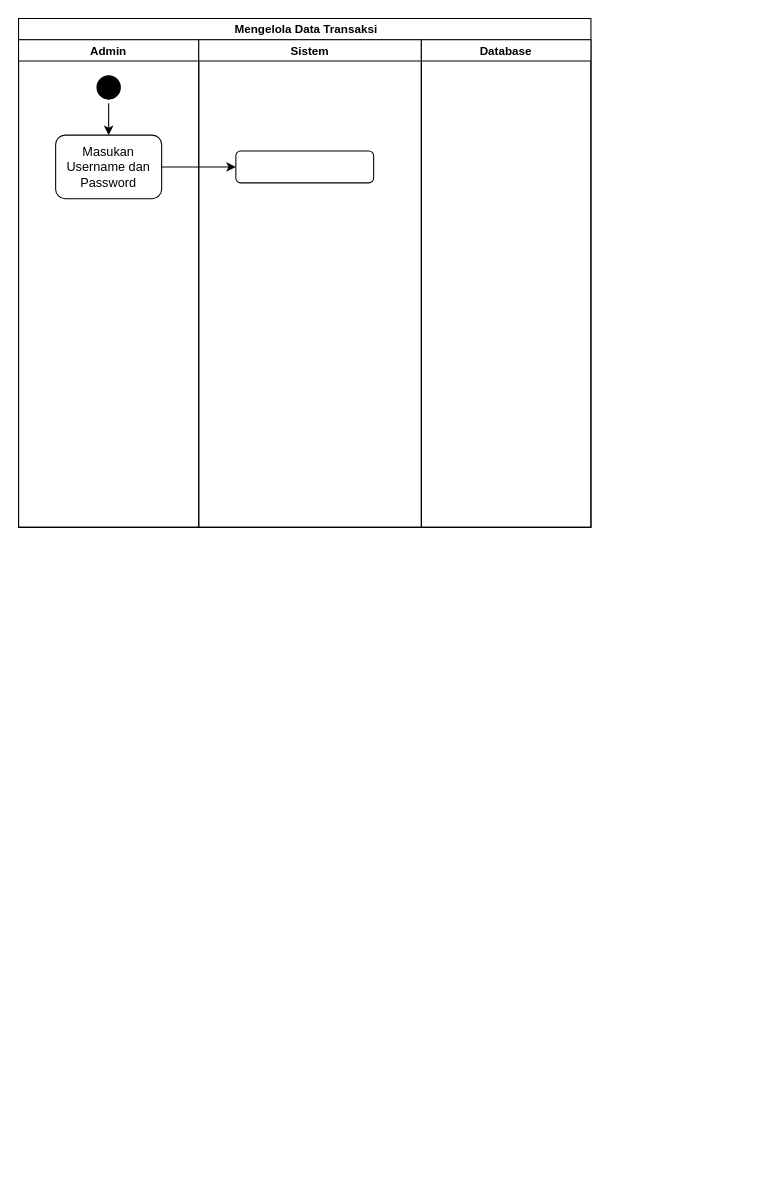
Before: page "Mengelola Data Transaksi" (8 of 11) of Untitled Diagram.drawio in WildanMaulana17/admin.cafe17purwokerto, a draw.io diagram. Source tidied: cells renumbered, new cells numbered last; positions are measured from the earlier drawing's top-left corner, leaving out a move shared by most shapes. Both pictures are drawn from the tidied source at 106%, with x=0, y=0 at pixel (18, 18).
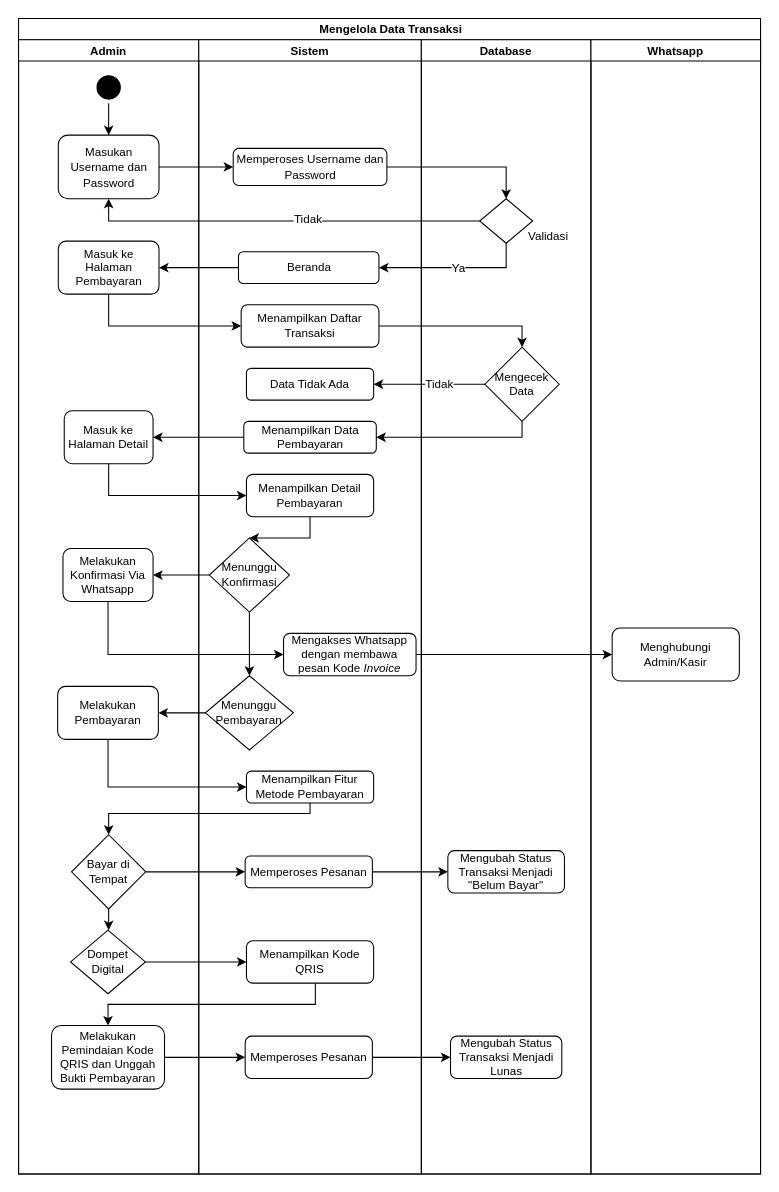
Above is the later version.

What changed in the source:
```diff
@@
     <mxCell id="2" value=" Mengelola Data Transaksi" style="swimlane;startSize=20;fontSize=11;strokeColor=#000000;" parent="1" vertex="1">
-      <mxGeometry width="540" height="480" as="geometry" />
+      <mxGeometry width="700" height="1090" as="geometry" />
     </mxCell>
     <mxCell id="3" value="Admin" style="swimlane;startSize=20;fontSize=11;strokeColor=#000000;" parent="2" vertex="1">
-      <mxGeometry y="20" width="170" height="460" as="geometry" />
+      <mxGeometry y="20" width="170" height="1070" as="geometry" />
     </mxCell>
@@
-    <mxCell id="6" value="Masukan Username dan Password" style="rounded=1;whiteSpace=wrap;html=1;strokeColor=#000000;" parent="3" vertex="1">
-      <mxGeometry x="35" y="90" width="100" height="60" as="geometry" />
+    <mxCell id="6" value="&lt;font style=&quot;font-size: 11px&quot;&gt;Masukan Username dan Password&lt;/font&gt;" style="rounded=1;whiteSpace=wrap;html=1;strokeColor=#000000;" parent="3" vertex="1">
+      <mxGeometry x="37.5" y="90" width="95" height="60" as="geometry" />
     </mxCell>
+    <mxCell id="11" value="Masuk ke Halaman Pembayaran" style="rounded=1;whiteSpace=wrap;html=1;fontSize=11;strokeColor=#000000;" parent="3" vertex="1">
+      <mxGeometry x="37.5" y="190" width="95" height="50" as="geometry" />
+    </mxCell>
+    <mxCell id="12" value="Masuk ke Halaman Detail" style="rounded=1;whiteSpace=wrap;html=1;fontSize=11;strokeColor=#000000;" parent="3" vertex="1">
+      <mxGeometry x="43.1" y="350" width="83.8" height="50" as="geometry" />
+    </mxCell>
+    <mxCell id="13" value="Melakukan Konfirmasi Via Whatsapp" style="rounded=1;whiteSpace=wrap;html=1;fontSize=11;strokeColor=#000000;" parent="3" vertex="1">
+      <mxGeometry x="41.9" y="480" width="85" height="50" as="geometry" />
+    </mxCell>
+    <mxCell id="14" value="Melakukan Pembayaran" style="rounded=1;whiteSpace=wrap;html=1;fontSize=11;strokeColor=#000000;" parent="3" vertex="1">
+      <mxGeometry x="36.9" y="610" width="95" height="50" as="geometry" />
+    </mxCell>
+    <mxCell id="15" style="edgeStyle=orthogonalEdgeStyle;rounded=0;jettySize=auto;html=1;entryX=0.5;entryY=0;entryDx=0;entryDy=0;fontSize=11;strokeColor=#000000;" parent="3" edge="1" source="16" target="17">
+      <mxGeometry relative="1" as="geometry" />
+    </mxCell>
+    <mxCell id="16" value="Bayar di Tempat" style="rhombus;whiteSpace=wrap;html=1;fontSize=11;strokeColor=#000000;" parent="3" vertex="1">
+      <mxGeometry x="50" y="750" width="70" height="70" as="geometry" />
+    </mxCell>
+    <mxCell id="17" value="Dompet Digital" style="rhombus;whiteSpace=wrap;html=1;fontSize=11;strokeColor=#000000;" parent="3" vertex="1">
+      <mxGeometry x="49.1" y="840" width="70.6" height="60" as="geometry" />
+    </mxCell>
+    <mxCell id="18" value="Melakukan Pemindaian Kode QRIS dan Unggah Bukti Pembayaran" style="rounded=1;whiteSpace=wrap;html=1;fontSize=11;strokeColor=#000000;" parent="3" vertex="1">
+      <mxGeometry x="31.1" y="930" width="106.6" height="60" as="geometry" />
+    </mxCell>
     <mxCell id="7" value="Sistem" style="swimlane;startSize=20;fontSize=11;strokeColor=#000000;" parent="2" vertex="1">
-      <mxGeometry x="170" y="20" width="210" height="460" as="geometry" />
+      <mxGeometry x="170" y="20" width="210" height="1070" as="geometry" />
     </mxCell>
-    <mxCell id="8" style="rounded=1;whiteSpace=wrap;html=1;strokeColor=#000000;" parent="7" vertex="1">
-      <mxGeometry x="35" y="105" width="130" height="30" as="geometry" />
+    <mxCell id="8" value="&lt;font style=&quot;font-size: 11px&quot;&gt;Memperoses Username dan Password&lt;/font&gt;" style="rounded=1;whiteSpace=wrap;html=1;strokeColor=#000000;" parent="7" vertex="1">
+      <mxGeometry x="32.5" y="102.5" width="145" height="35" as="geometry" />
     </mxCell>
+    <mxCell id="19" value="Beranda" style="rounded=1;whiteSpace=wrap;html=1;fontSize=11;strokeColor=#000000;" parent="7" vertex="1">
+      <mxGeometry x="37.5" y="200" width="132.5" height="30" as="geometry" />
+    </mxCell>
+    <mxCell id="20" value="Menampilkan Daftar Transaksi" style="rounded=1;whiteSpace=wrap;html=1;fontSize=11;strokeColor=#000000;" parent="7" vertex="1">
+      <mxGeometry x="40" y="250" width="130" height="40" as="geometry" />
+    </mxCell>
+    <mxCell id="21" value="Data Tidak Ada" style="rounded=1;whiteSpace=wrap;html=1;fontSize=11;strokeColor=#000000;" parent="7" vertex="1">
+      <mxGeometry x="45" y="310" width="120" height="30" as="geometry" />
+    </mxCell>
+    <mxCell id="22" value="Menampilkan Data Pembayaran" style="rounded=1;whiteSpace=wrap;html=1;fontSize=11;strokeColor=#000000;" parent="7" vertex="1">
+      <mxGeometry x="42.5" y="360" width="125" height="30" as="geometry" />
+    </mxCell>
+    <mxCell id="23" style="edgeStyle=orthogonalEdgeStyle;rounded=0;jettySize=auto;html=1;entryX=0.5;entryY=0;entryDx=0;entryDy=0;fontSize=11;strokeColor=#000000;" parent="7" edge="1" source="24" target="26">
+      <mxGeometry relative="1" as="geometry" />
+    </mxCell>
+    <mxCell id="24" value="Menampilkan Detail Pembayaran" style="rounded=1;whiteSpace=wrap;html=1;fontSize=11;strokeColor=#000000;" parent="7" vertex="1">
+      <mxGeometry x="45" y="410" width="120" height="40" as="geometry" />
+    </mxCell>
+    <mxCell id="25" style="edgeStyle=orthogonalEdgeStyle;rounded=0;jettySize=auto;html=1;entryX=0.5;entryY=0;entryDx=0;entryDy=0;fontSize=11;strokeColor=#000000;" parent="7" edge="1" source="26" target="28">
+      <mxGeometry relative="1" as="geometry" />
+    </mxCell>
+    <mxCell id="26" value="Menunggu Konfirmasi" style="rhombus;whiteSpace=wrap;html=1;fontSize=11;strokeColor=#000000;" parent="7" vertex="1">
+      <mxGeometry x="10" y="470" width="75.6" height="70" as="geometry" />
+    </mxCell>
+    <mxCell id="27" value="Mengakses Whatsapp dengan membawa pesan Kode &lt;i&gt;Invoice&lt;/i&gt;" style="rounded=1;whiteSpace=wrap;html=1;fontSize=11;strokeColor=#000000;" parent="7" vertex="1">
+      <mxGeometry x="80" y="560" width="125" height="40" as="geometry" />
+    </mxCell>
+    <mxCell id="28" value="Menunggu Pembayaran" style="rhombus;whiteSpace=wrap;html=1;fontSize=11;strokeColor=#000000;" parent="7" vertex="1">
+      <mxGeometry x="6.3" y="600" width="83" height="70" as="geometry" />
+    </mxCell>
+    <mxCell id="29" value="Menampilkan Fitur Metode Pembayaran" style="rounded=1;whiteSpace=wrap;html=1;fontSize=11;strokeColor=#000000;" parent="7" vertex="1">
+      <mxGeometry x="45" y="690" width="120" height="30" as="geometry" />
+    </mxCell>
+    <mxCell id="30" value="Memperoses Pesanan" style="rounded=1;whiteSpace=wrap;html=1;fontSize=11;strokeColor=#000000;" parent="7" vertex="1">
+      <mxGeometry x="43.8" y="770" width="120" height="30" as="geometry" />
+    </mxCell>
+    <mxCell id="31" value="Menampilkan Kode QRIS" style="rounded=1;whiteSpace=wrap;html=1;fontSize=11;strokeColor=#000000;" parent="7" vertex="1">
+      <mxGeometry x="45" y="850" width="120" height="40" as="geometry" />
+    </mxCell>
+    <mxCell id="32" value="Memperoses Pesanan" style="rounded=1;whiteSpace=wrap;html=1;fontSize=11;strokeColor=#000000;" parent="7" vertex="1">
+      <mxGeometry x="43.8" y="940" width="120" height="40" as="geometry" />
+    </mxCell>
     <mxCell id="9" value="Database" style="swimlane;startSize=20;fontSize=11;strokeColor=#000000;" parent="2" vertex="1">
-      <mxGeometry x="380" y="20" width="160" height="460" as="geometry" />
+      <mxGeometry x="380" y="20" width="160" height="1070" as="geometry" />
     </mxCell>
+    <mxCell id="33" style="rhombus;whiteSpace=wrap;html=1;strokeColor=#000000;" parent="9" vertex="1">
+      <mxGeometry x="55" y="150" width="50" height="42" as="geometry" />
+    </mxCell>
+    <mxCell id="34" value="&lt;span style=&quot;font-size: 11px&quot;&gt;Validasi&lt;/span&gt;" style="text;html=1;strokeColor=none;fillColor=none;align=center;verticalAlign=middle;whiteSpace=wrap;rounded=0;" parent="9" vertex="1">
+      <mxGeometry x="90" y="170" width="60" height="30" as="geometry" />
+    </mxCell>
+    <mxCell id="35" value="Mengecek Data" style="rhombus;whiteSpace=wrap;html=1;fontSize=11;strokeColor=#000000;" parent="9" vertex="1">
+      <mxGeometry x="60" y="290" width="70" height="70" as="geometry" />
+    </mxCell>
+    <mxCell id="36" value="Mengubah Status Transaksi Menjadi &quot;Belum Bayar&quot;" style="rounded=1;whiteSpace=wrap;html=1;fontSize=11;strokeColor=#000000;" parent="9" vertex="1">
+      <mxGeometry x="25" y="765" width="110" height="40" as="geometry" />
+    </mxCell>
+    <mxCell id="37" value="Mengubah Status Transaksi Menjadi Lunas" style="rounded=1;whiteSpace=wrap;html=1;fontSize=11;strokeColor=#000000;" parent="9" vertex="1">
+      <mxGeometry x="27.5" y="940" width="105" height="40" as="geometry" />
+    </mxCell>
@@
+    <mxCell id="38" style="edgeStyle=orthogonalEdgeStyle;rounded=0;jettySize=auto;html=1;entryX=0.5;entryY=0;entryDx=0;entryDy=0;strokeColor=#000000;" parent="2" edge="1" source="8" target="33">
+      <mxGeometry relative="1" as="geometry" />
+    </mxCell>
+    <mxCell id="39" style="edgeStyle=orthogonalEdgeStyle;rounded=0;jettySize=auto;html=1;entryX=0.5;entryY=1;entryDx=0;entryDy=0;fontSize=11;strokeColor=#000000;" parent="2" edge="1" source="33" target="6">
+      <mxGeometry relative="1" as="geometry" />
+    </mxCell>
+    <mxCell id="40" value="Tidak" style="edgeLabel;html=1;align=center;verticalAlign=middle;fontSize=11;" parent="39" vertex="1">
+      <mxGeometry x="-0.12" y="-3" relative="1" as="geometry" />
+    </mxCell>
+    <mxCell id="41" style="edgeStyle=orthogonalEdgeStyle;rounded=0;jettySize=auto;html=1;entryX=1;entryY=0.5;entryDx=0;entryDy=0;fontSize=11;strokeColor=#000000;" parent="2" edge="1" source="33" target="19">
+      <mxGeometry relative="1" as="geometry">
+        <Array as="points">
+          <mxPoint x="460" y="235" />
+        </Array>
+      </mxGeometry>
+    </mxCell>
+    <mxCell id="42" value="Ya" style="edgeLabel;html=1;align=center;verticalAlign=middle;fontSize=11;" parent="41" vertex="1">
+      <mxGeometry x="-0.04" relative="1" as="geometry" />
+    </mxCell>
+    <mxCell id="43" style="edgeStyle=orthogonalEdgeStyle;rounded=0;jettySize=auto;html=1;entryX=1;entryY=0.5;entryDx=0;entryDy=0;fontSize=11;strokeColor=#000000;" parent="2" edge="1" source="19" target="11">
+      <mxGeometry relative="1" as="geometry" />
+    </mxCell>
+    <mxCell id="44" style="edgeStyle=orthogonalEdgeStyle;rounded=0;jettySize=auto;html=1;entryX=0;entryY=0.5;entryDx=0;entryDy=0;fontSize=11;strokeColor=#000000;" parent="2" edge="1" source="11" target="20">
+      <mxGeometry relative="1" as="geometry">
+        <Array as="points">
+          <mxPoint x="85" y="290" />
+        </Array>
+      </mxGeometry>
+    </mxCell>
+    <mxCell id="45" style="edgeStyle=orthogonalEdgeStyle;rounded=0;jettySize=auto;html=1;entryX=0.5;entryY=0;entryDx=0;entryDy=0;fontSize=11;strokeColor=#000000;" parent="2" edge="1" source="20" target="35">
+      <mxGeometry relative="1" as="geometry" />
+    </mxCell>
+    <mxCell id="46" style="edgeStyle=orthogonalEdgeStyle;rounded=0;jettySize=auto;html=1;entryX=1;entryY=0.5;entryDx=0;entryDy=0;fontSize=11;strokeColor=#000000;" parent="2" edge="1" source="35" target="21">
+      <mxGeometry relative="1" as="geometry" />
+    </mxCell>
+    <mxCell id="47" value="Tidak" style="edgeLabel;html=1;align=center;verticalAlign=middle;fontSize=11;" parent="46" vertex="1">
+      <mxGeometry x="-0.17" y="-1" relative="1" as="geometry" />
+    </mxCell>
+    <mxCell id="48" style="edgeStyle=orthogonalEdgeStyle;rounded=0;jettySize=auto;html=1;entryX=1;entryY=0.5;entryDx=0;entryDy=0;fontSize=11;strokeColor=#000000;" parent="2" edge="1" source="35" target="22">
+      <mxGeometry relative="1" as="geometry">
+        <Array as="points">
+          <mxPoint x="475" y="395" />
+        </Array>
+      </mxGeometry>
+    </mxCell>
+    <mxCell id="49" style="edgeStyle=orthogonalEdgeStyle;rounded=0;jettySize=auto;html=1;entryX=1;entryY=0.5;entryDx=0;entryDy=0;fontSize=11;strokeColor=#000000;" parent="2" edge="1" source="22" target="12">
+      <mxGeometry relative="1" as="geometry" />
+    </mxCell>
+    <mxCell id="50" style="edgeStyle=orthogonalEdgeStyle;rounded=0;jettySize=auto;html=1;entryX=0;entryY=0.5;entryDx=0;entryDy=0;fontSize=11;strokeColor=#000000;" parent="2" edge="1" source="12" target="24">
+      <mxGeometry relative="1" as="geometry">
+        <Array as="points">
+          <mxPoint x="85" y="450" />
+        </Array>
+      </mxGeometry>
+    </mxCell>
+    <mxCell id="51" style="edgeStyle=orthogonalEdgeStyle;rounded=0;jettySize=auto;html=1;fontSize=11;strokeColor=#000000;" parent="2" edge="1" source="26" target="13">
+      <mxGeometry relative="1" as="geometry" />
+    </mxCell>
+    <mxCell id="52" style="edgeStyle=orthogonalEdgeStyle;rounded=0;jettySize=auto;html=1;entryX=0;entryY=0.5;entryDx=0;entryDy=0;fontSize=11;strokeColor=#000000;" parent="2" edge="1" source="13" target="27">
+      <mxGeometry relative="1" as="geometry">
+        <Array as="points">
+          <mxPoint x="84" y="600" />
+        </Array>
+      </mxGeometry>
+    </mxCell>
+    <mxCell id="53" style="edgeStyle=orthogonalEdgeStyle;rounded=0;jettySize=auto;html=1;entryX=1;entryY=0.5;entryDx=0;entryDy=0;fontSize=11;strokeColor=#000000;" parent="2" edge="1" source="28" target="14">
+      <mxGeometry relative="1" as="geometry" />
+    </mxCell>
+    <mxCell id="54" style="edgeStyle=orthogonalEdgeStyle;rounded=0;jettySize=auto;html=1;entryX=0;entryY=0.5;entryDx=0;entryDy=0;fontSize=11;strokeColor=#000000;" parent="2" edge="1" source="14" target="29">
+      <mxGeometry relative="1" as="geometry">
+        <Array as="points">
+          <mxPoint x="84" y="725" />
+        </Array>
+      </mxGeometry>
+    </mxCell>
+    <mxCell id="55" style="edgeStyle=orthogonalEdgeStyle;rounded=0;jettySize=auto;html=1;entryX=0.5;entryY=0;entryDx=0;entryDy=0;fontSize=11;strokeColor=#000000;" parent="2" edge="1" source="29" target="16">
+      <mxGeometry relative="1" as="geometry">
+        <Array as="points">
+          <mxPoint x="275" y="750" />
+        </Array>
+      </mxGeometry>
+    </mxCell>
+    <mxCell id="56" style="edgeStyle=orthogonalEdgeStyle;rounded=0;jettySize=auto;html=1;entryX=0;entryY=0.5;entryDx=0;entryDy=0;fontSize=11;strokeColor=#000000;" parent="2" edge="1" source="16" target="30">
+      <mxGeometry relative="1" as="geometry" />
+    </mxCell>
+    <mxCell id="57" style="edgeStyle=orthogonalEdgeStyle;rounded=0;jettySize=auto;html=1;entryX=0;entryY=0.5;entryDx=0;entryDy=0;fontSize=11;strokeColor=#000000;" parent="2" edge="1" source="30" target="36">
+      <mxGeometry relative="1" as="geometry" />
+    </mxCell>
+    <mxCell id="58" value="Whatsapp" style="swimlane;startSize=20;fontSize=11;strokeColor=#000000;" parent="2" vertex="1">
+      <mxGeometry x="540" y="20" width="160" height="1070" as="geometry" />
+    </mxCell>
+    <mxCell id="59" value="Menghubungi Admin/Kasir" style="rounded=1;whiteSpace=wrap;html=1;fontSize=11;strokeColor=#000000;" parent="58" vertex="1">
+      <mxGeometry x="20" y="555" width="120" height="50" as="geometry" />
+    </mxCell>
+    <mxCell id="60" style="edgeStyle=orthogonalEdgeStyle;rounded=0;jettySize=auto;html=1;fontSize=11;strokeColor=#000000;" parent="2" edge="1" source="27" target="59">
+      <mxGeometry relative="1" as="geometry" />
+    </mxCell>
+    <mxCell id="61" style="edgeStyle=orthogonalEdgeStyle;rounded=0;jettySize=auto;html=1;entryX=0;entryY=0.5;entryDx=0;entryDy=0;fontSize=11;strokeColor=#000000;" parent="2" edge="1" source="17" target="31">
+      <mxGeometry relative="1" as="geometry" />
+    </mxCell>
+    <mxCell id="62" style="edgeStyle=orthogonalEdgeStyle;rounded=0;jettySize=auto;html=1;entryX=0.5;entryY=0;entryDx=0;entryDy=0;fontSize=11;strokeColor=#000000;" parent="2" edge="1" source="31" target="18">
+      <mxGeometry relative="1" as="geometry">
+        <Array as="points">
+          <mxPoint x="280" y="930" />
+          <mxPoint x="84" y="930" />
+        </Array>
+      </mxGeometry>
+    </mxCell>
+    <mxCell id="63" style="edgeStyle=orthogonalEdgeStyle;rounded=0;jettySize=auto;html=1;entryX=0;entryY=0.5;entryDx=0;entryDy=0;fontSize=11;strokeColor=#000000;" parent="2" edge="1" source="18" target="32">
+      <mxGeometry relative="1" as="geometry" />
+    </mxCell>
+    <mxCell id="64" style="edgeStyle=orthogonalEdgeStyle;rounded=0;jettySize=auto;html=1;entryX=0;entryY=0.5;entryDx=0;entryDy=0;fontSize=11;strokeColor=#000000;" parent="2" edge="1" source="32" target="37">
+      <mxGeometry relative="1" as="geometry" />
+    </mxCell>
```
